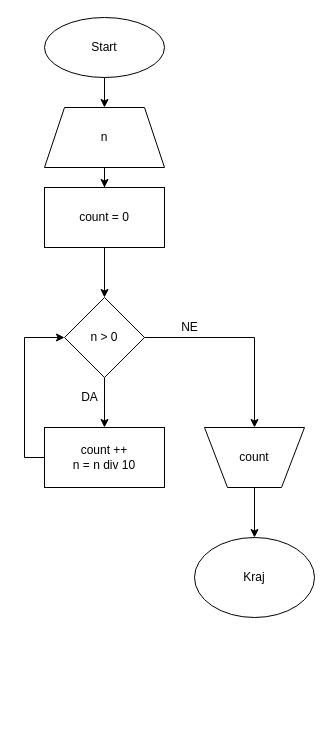
stashat/Test keeps this draw.io diagram as page "zad2" (2 of 3) of alg_domaci2.drawio. Above is the earlier version. Source tidied: cells renumbered, new cells numbered last; positions are measured from the earlier drawing's top-left corner, leaving out a move shared by most shapes. Both pictures are drawn from the tidied source at 100%, with x=0, y=0 at pixel (44, 17).
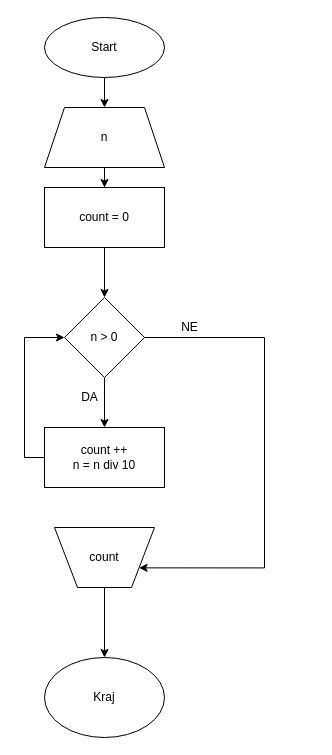
Above is the later version.

Diff of the diagram source:
```diff
@@
 <mxGraphModel>
   <root>
     <mxCell id="0" />
     <mxCell id="1" parent="0" />
     <mxCell id="2" style="edgeStyle=orthogonalEdgeStyle;rounded=0;jettySize=auto;html=1;" parent="1" edge="1" source="3" target="5">
       <mxGeometry relative="1" as="geometry" />
     </mxCell>
     <mxCell id="3" value="Start" style="ellipse;whiteSpace=wrap;html=1;" parent="1" vertex="1">
       <mxGeometry width="120" height="60" as="geometry" />
     </mxCell>
     <mxCell id="4" style="edgeStyle=orthogonalEdgeStyle;rounded=0;jettySize=auto;html=1;entryX=0.5;entryY=0;entryDx=0;entryDy=0;" parent="1" edge="1" source="5" target="7">
       <mxGeometry relative="1" as="geometry" />
     </mxCell>
     <mxCell id="5" value="n" style="shape=trapezoid;perimeter=trapezoidPerimeter;whiteSpace=wrap;html=1;fixedSize=1;" parent="1" vertex="1">
       <mxGeometry y="90" width="120" height="60" as="geometry" />
     </mxCell>
     <mxCell id="6" style="edgeStyle=orthogonalEdgeStyle;rounded=0;jettySize=auto;html=1;" parent="1" edge="1" source="7" target="10">
       <mxGeometry relative="1" as="geometry" />
     </mxCell>
     <mxCell id="7" value="count = 0" style="rounded=0;whiteSpace=wrap;html=1;" parent="1" vertex="1">
       <mxGeometry y="170" width="120" height="60" as="geometry" />
     </mxCell>
     <mxCell id="8" style="edgeStyle=orthogonalEdgeStyle;rounded=0;jettySize=auto;html=1;" parent="1" edge="1" source="10" target="12">
       <mxGeometry relative="1" as="geometry" />
     </mxCell>
-    <mxCell id="9" style="edgeStyle=orthogonalEdgeStyle;rounded=0;jettySize=auto;html=1;exitX=1;exitY=0.5;exitDx=0;exitDy=0;entryX=0.5;entryY=0;entryDx=0;entryDy=0;" parent="1" edge="1" source="10" target="15">
-      <mxGeometry relative="1" as="geometry" />
+    <mxCell id="9" style="edgeStyle=orthogonalEdgeStyle;rounded=0;jettySize=auto;html=1;exitX=1;exitY=0.5;exitDx=0;exitDy=0;entryX=1;entryY=0.75;entryDx=0;entryDy=0;" parent="1" edge="1" source="10" target="15">
+      <mxGeometry relative="1" as="geometry">
+        <Array as="points">
+          <mxPoint x="220" y="320" />
+          <mxPoint x="220" y="550" />
+        </Array>
+      </mxGeometry>
     </mxCell>
     <mxCell id="10" value="n &amp;gt; 0" style="rhombus;whiteSpace=wrap;html=1;rounded=0;" parent="1" vertex="1">
       <mxGeometry x="20" y="280" width="80" height="80" as="geometry" />
     </mxCell>
     <mxCell id="11" style="edgeStyle=orthogonalEdgeStyle;rounded=0;jettySize=auto;html=1;exitX=0;exitY=0.5;exitDx=0;exitDy=0;entryX=0;entryY=0.5;entryDx=0;entryDy=0;" parent="1" edge="1" source="12" target="10">
       <mxGeometry relative="1" as="geometry" />
     </mxCell>
     <mxCell id="12" value="count ++&lt;br&gt;n = n div 10" style="whiteSpace=wrap;html=1;rounded=0;" parent="1" vertex="1">
       <mxGeometry y="410" width="120" height="60" as="geometry" />
     </mxCell>
     <mxCell id="13" value="DA" style="text;html=1;align=center;verticalAlign=middle;" parent="1" vertex="1">
       <mxGeometry x="30" y="370" width="30" height="20" as="geometry" />
     </mxCell>
     <mxCell id="14" style="edgeStyle=orthogonalEdgeStyle;rounded=0;jettySize=auto;html=1;" parent="1" edge="1" source="15" target="17">
       <mxGeometry relative="1" as="geometry" />
     </mxCell>
     <mxCell id="15" value="count" style="verticalLabelPosition=middle;verticalAlign=middle;html=1;shape=trapezoid;perimeter=trapezoidPerimeter;whiteSpace=wrap;size=0.23;arcSize=10;flipV=1;labelPosition=center;align=center;" parent="1" vertex="1">
-      <mxGeometry x="160" y="410" width="100" height="60" as="geometry" />
+      <mxGeometry x="10" y="510" width="100" height="60" as="geometry" />
     </mxCell>
     <mxCell id="16" value="NE" style="text;html=1;align=center;verticalAlign=middle;" parent="1" vertex="1">
       <mxGeometry x="130" y="300" width="30" height="20" as="geometry" />
     </mxCell>
     <mxCell id="17" value="Kraj" style="ellipse;whiteSpace=wrap;html=1;arcSize=10;" parent="1" vertex="1">
-      <mxGeometry x="150" y="520" width="120" height="80" as="geometry" />
+      <mxGeometry y="640" width="120" height="80" as="geometry" />
     </mxCell>
   </root>
 </mxGraphModel>
```
